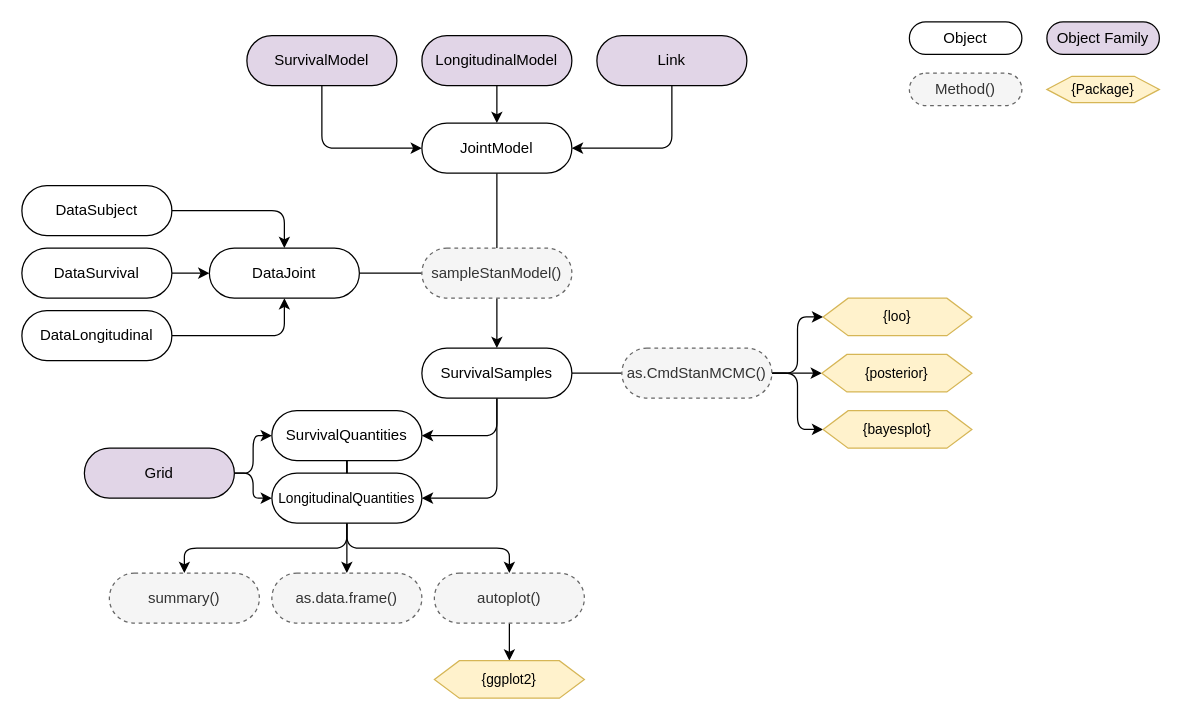
This is design/object-flow.drawio from Genentech/jmpost, a draw.io file, before an edit. Source tidied: cells renumbered, new cells numbered last; positions are measured from the earlier drawing's top-left corner, leaving out a move shared by most shapes. Both pictures are drawn from the tidied source at 125%, with x=0, y=0 at pixel (21, 21).
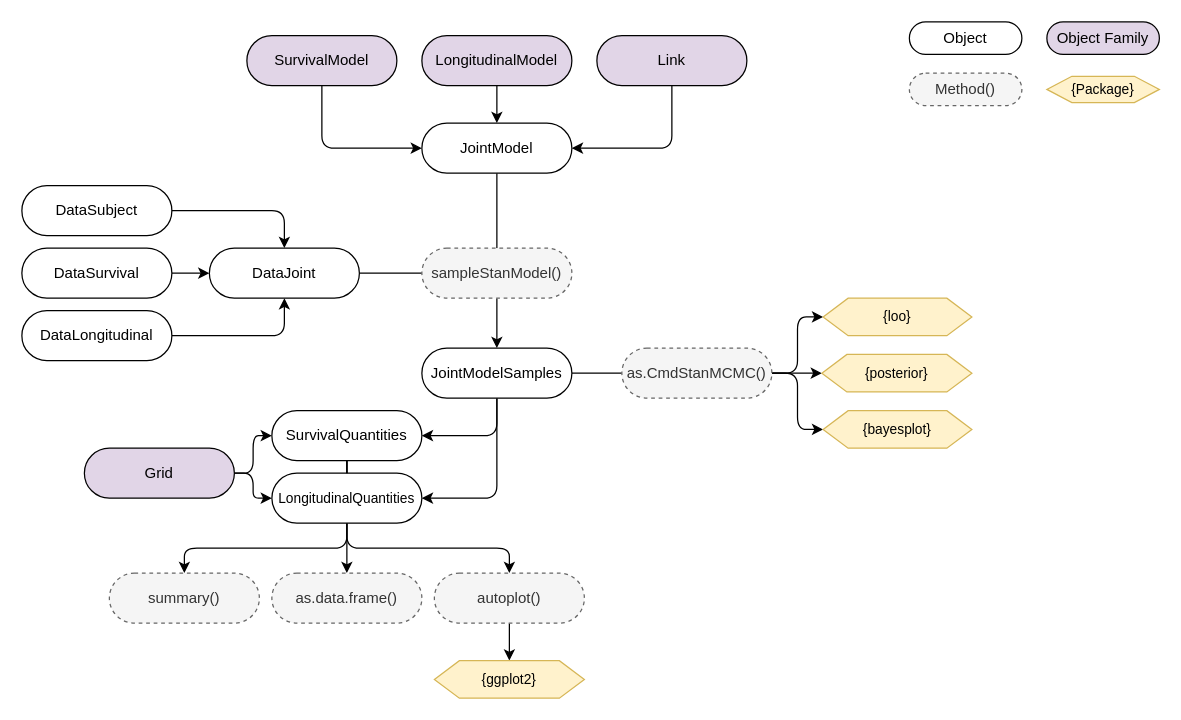
After the change.

The edit, as a diff of the source:
```diff
@@
-    <mxCell id="22" value="SurvivalSamples" style="rounded=1;whiteSpace=wrap;html=1;arcSize=50;" parent="1" vertex="1">
+    <mxCell id="22" value="JointModelSamples" style="rounded=1;whiteSpace=wrap;html=1;arcSize=50;" parent="1" vertex="1">
       <mxGeometry x="320" y="261" width="120" height="40" as="geometry" />
     </mxCell>
```
